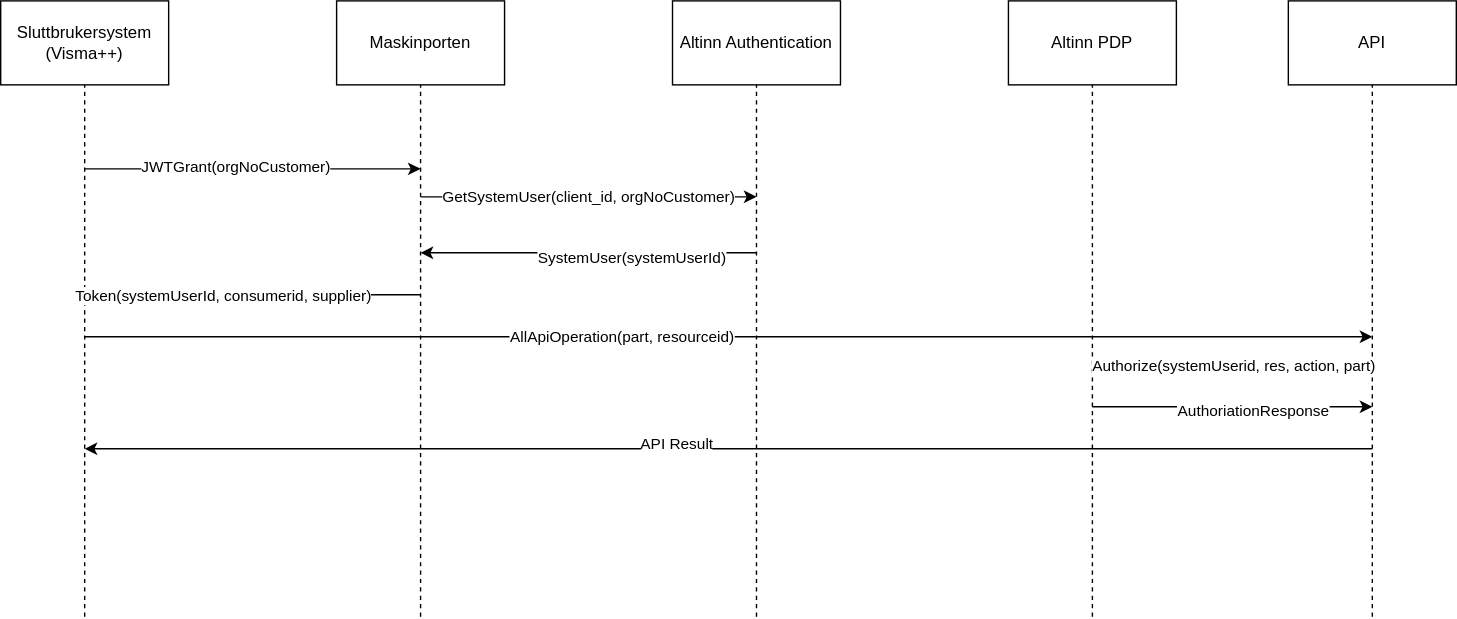
This is content/authentication/systemauthenticationflow.drawio.svg from Altinn/altinn-studio-docs, a draw.io export, as it was before one commit. Source tidied: cells renumbered, new cells last; positions are measured from the earlier drawing's top-left corner, leaving out a move shared by most shapes.
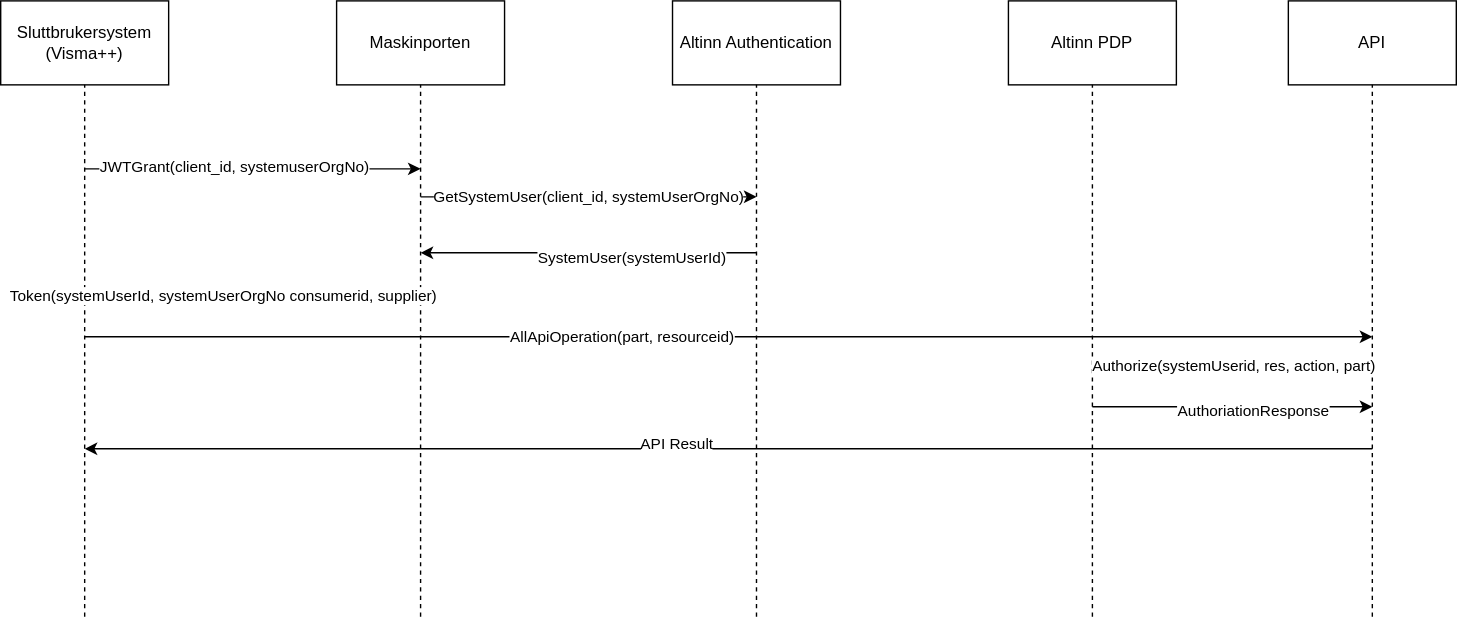
After the change.

Diff of the diagram source:
```diff
@@ -28,8 +28,10 @@
         <mxPoint x="300" y="120" as="targetPoint" />
       </mxGeometry>
     </mxCell>
-    <mxCell id="9" value="JWTGrant(orgNoCustomer)" style="edgeLabel;html=1;align=center;verticalAlign=middle;" parent="8" vertex="1">
-      <mxGeometry x="-0.11" y="2" relative="1" as="geometry" />
+    <mxCell id="9" value="JWTGrant(client_id, systemuserOrgNo)" style="edgeLabel;html=1;align=center;verticalAlign=middle;" parent="8" vertex="1">
+      <mxGeometry x="-0.11" y="2" relative="1" as="geometry">
+        <mxPoint x="-1" as="offset" />
+      </mxGeometry>
     </mxCell>
     <mxCell id="10" style="endArrow=none;dashed=1;html=1;entryX=0.5;entryY=1;entryDx=0;entryDy=0;" parent="1" edge="1" target="3">
       <mxGeometry relative="1" as="geometry">
@@ -41,7 +43,7 @@
         <mxPoint x="540" y="440" as="sourcePoint" />
       </mxGeometry>
     </mxCell>
-    <mxCell id="12" value="GetSystemUser(client_id, orgNoCustomer)" style="endArrow=classic;html=1;" parent="1" edge="1">
+    <mxCell id="12" value="GetSystemUser(client_id, systemUserOrgNo)" style="endArrow=classic;html=1;" parent="1" edge="1">
       <mxGeometry relative="1" as="geometry">
         <mxPoint x="300" y="140" as="sourcePoint" />
         <mxPoint x="540" y="140" as="targetPoint" />
@@ -62,7 +64,7 @@
         <mxPoint x="60" y="210" as="targetPoint" />
       </mxGeometry>
     </mxCell>
-    <mxCell id="16" value="Token(systemUserId, consumerid, supplier)" style="edgeLabel;html=1;align=center;verticalAlign=middle;" parent="15" vertex="1">
+    <mxCell id="16" value="Token(systemUserId, systemUserOrgNo consumerid, supplier)" style="edgeLabel;html=1;align=center;verticalAlign=middle;" parent="15" vertex="1">
       <mxGeometry x="0.19" relative="1" as="geometry" />
     </mxCell>
     <mxCell id="17" style="endArrow=none;dashed=1;html=1;entryX=0.5;entryY=1;entryDx=0;entryDy=0;" parent="1" edge="1" target="6">
```
